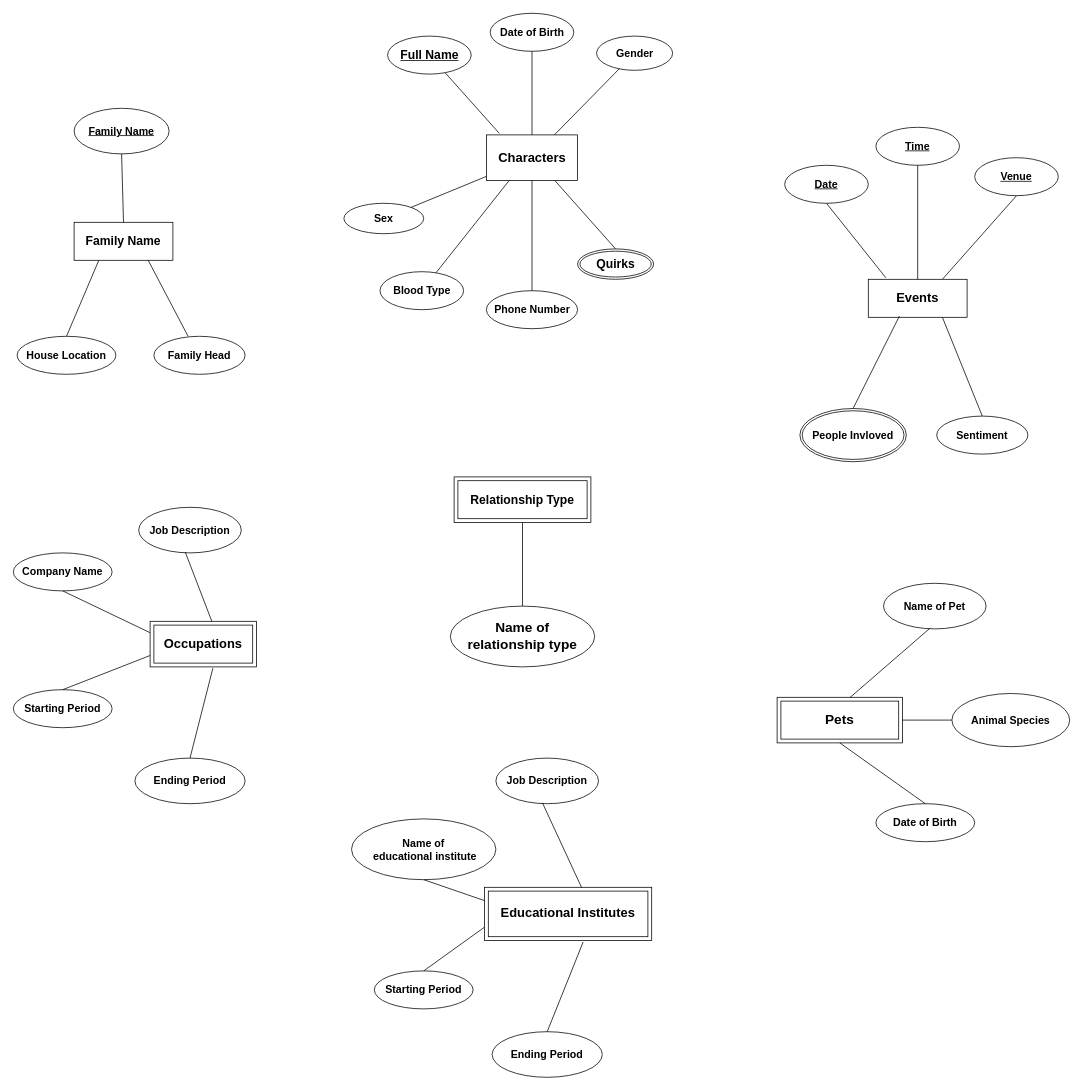
The draw.io diagram hw2.drawio in ashhh18/dna-hw2, before the edit. Source tidied: cells renumbered, new cells numbered last; positions are measured from the earlier drawing's top-left corner, leaving out a move shared by most shapes. Both pictures are drawn from the tidied source at 76%, with x=0, y=0 at pixel (13, 13).
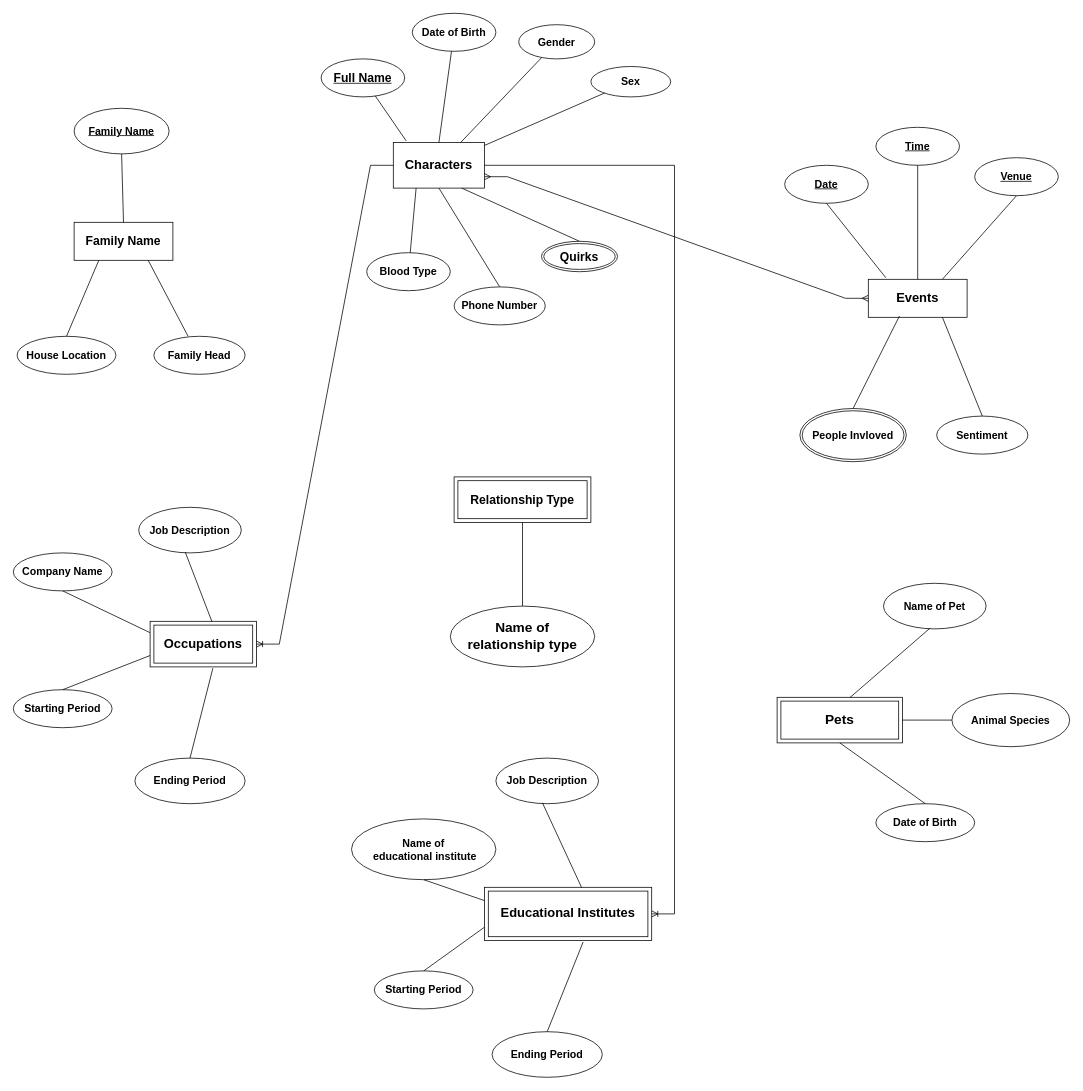
Above is the later version.

Unchanged cells that the change refers to:
```xml
<mxCell id="25" value="&lt;b&gt;&lt;font style=&quot;font-size: 17px;&quot;&gt;Occupations&lt;/font&gt;&lt;/b&gt;" style="shape=ext;margin=3;double=1;whiteSpace=wrap;html=1;align=center;" parent="1" vertex="1">
  <mxGeometry x="180" y="800" width="140" height="60" as="geometry" />
</mxCell>
<mxCell id="34" value="&lt;b&gt;&lt;font style=&quot;font-size: 17px;&quot;&gt;Educational Institutes&lt;/font&gt;&lt;/b&gt;" style="shape=ext;margin=3;double=1;whiteSpace=wrap;html=1;align=center;" parent="1" vertex="1">
  <mxGeometry x="620" y="1150" width="220" height="70" as="geometry" />
</mxCell>
<mxCell id="43" value="&lt;b&gt;&lt;font style=&quot;font-size: 17px;&quot;&gt;Events&lt;/font&gt;&lt;/b&gt;" style="whiteSpace=wrap;html=1;align=center;" parent="1" vertex="1">
  <mxGeometry x="1125" y="350" width="130" height="50" as="geometry" />
</mxCell>
```

Diff of the diagram source:
```diff
@@
     <mxCell id="2" value="&lt;p style=&quot;line-height: 230%; font-size: 17px;&quot;&gt;&lt;b&gt;Characters&lt;/b&gt;&lt;/p&gt;" style="rounded=0;whiteSpace=wrap;html=1;" parent="1" vertex="1">
-      <mxGeometry x="622.5" y="160" width="120" height="60" as="geometry" />
+      <mxGeometry x="500" y="170" width="120" height="60" as="geometry" />
     </mxCell>
     <mxCell id="3" value="&lt;b&gt;&lt;font style=&quot;font-size: 16px;&quot;&gt;Full Name&lt;/font&gt;&lt;/b&gt;" style="ellipse;whiteSpace=wrap;html=1;align=center;fontStyle=4;" parent="1" vertex="1">
-      <mxGeometry x="492.5" y="30" width="110" height="50" as="geometry" />
+      <mxGeometry x="405" y="60" width="110" height="50" as="geometry" />
     </mxCell>
@@
     <mxCell id="6" value="&lt;b&gt;&lt;font style=&quot;font-size: 14px;&quot;&gt;Date of Birth&lt;/font&gt;&lt;/b&gt;" style="ellipse;whiteSpace=wrap;html=1;align=center;" parent="1" vertex="1">
-      <mxGeometry x="627.5" width="110" height="50" as="geometry" />
+      <mxGeometry x="525" width="110" height="50" as="geometry" />
     </mxCell>
     <mxCell id="7" value="&lt;b&gt;&lt;font style=&quot;font-size: 14px;&quot;&gt;Gender&lt;/font&gt;&lt;/b&gt;" style="ellipse;whiteSpace=wrap;html=1;align=center;" parent="1" vertex="1">
-      <mxGeometry x="767.5" y="30" width="100" height="45" as="geometry" />
+      <mxGeometry x="665" y="15" width="100" height="45" as="geometry" />
     </mxCell>
@@
     <mxCell id="10" value="&lt;b&gt;&lt;font style=&quot;font-size: 14px;&quot;&gt;Sex&lt;/font&gt;&lt;/b&gt;" style="ellipse;whiteSpace=wrap;html=1;align=center;" parent="1" vertex="1">
-      <mxGeometry x="435" y="250" width="105" height="40" as="geometry" />
+      <mxGeometry x="760" y="70" width="105" height="40" as="geometry" />
     </mxCell>
     <mxCell id="11" value="&lt;b&gt;&lt;font style=&quot;font-size: 14px;&quot;&gt;Blood Type&lt;/font&gt;&lt;/b&gt;" style="ellipse;whiteSpace=wrap;html=1;align=center;" parent="1" vertex="1">
-      <mxGeometry x="482.5" y="340" width="110" height="50" as="geometry" />
+      <mxGeometry x="465" y="315" width="110" height="50" as="geometry" />
     </mxCell>
     <mxCell id="12" value="&lt;b&gt;&lt;font style=&quot;font-size: 14px;&quot;&gt;Phone Number&lt;/font&gt;&lt;/b&gt;" style="ellipse;whiteSpace=wrap;html=1;align=center;" parent="1" vertex="1">
-      <mxGeometry x="622.5" y="365" width="120" height="50" as="geometry" />
+      <mxGeometry x="580" y="360" width="120" height="50" as="geometry" />
     </mxCell>
     <mxCell id="13" value="&lt;b&gt;&lt;font style=&quot;font-size: 16px;&quot;&gt;Quirks&lt;/font&gt;&lt;/b&gt;" style="ellipse;shape=doubleEllipse;margin=3;whiteSpace=wrap;html=1;align=center;" parent="1" vertex="1">
-      <mxGeometry x="742.5" y="310" width="100" height="40" as="geometry" />
+      <mxGeometry x="695" y="300" width="100" height="40" as="geometry" />
     </mxCell>
@@
+    <mxCell id="64" style="edgeStyle=entityRelationEdgeStyle;fontSize=12;html=1;endArrow=ERoneToMany;rounded=0;exitX=1;exitY=0.5;exitDx=0;exitDy=0;" parent="1" edge="1" source="2" target="34">
+      <mxGeometry relative="1" as="geometry">
+        <Array as="points">
+          <mxPoint x="725" y="470" />
+        </Array>
+      </mxGeometry>
+    </mxCell>
+    <mxCell id="65" style="edgeStyle=entityRelationEdgeStyle;fontSize=12;html=1;endArrow=ERoneToMany;rounded=0;entryX=1;entryY=0.5;entryDx=0;entryDy=0;" parent="1" edge="1" source="2" target="25">
+      <mxGeometry relative="1" as="geometry">
+        <Array as="points">
+          <mxPoint x="625" y="180" />
+          <mxPoint x="475" y="180" />
+          <mxPoint x="405" y="190" />
+          <mxPoint x="405" y="520" />
+          <mxPoint x="350" y="440" />
+          <mxPoint x="565" y="540" />
+          <mxPoint x="345" y="810" />
+        </Array>
+      </mxGeometry>
+    </mxCell>
+    <mxCell id="66" style="edgeStyle=entityRelationEdgeStyle;fontSize=12;html=1;endArrow=ERmany;startArrow=ERmany;rounded=0;entryX=0;entryY=0.5;entryDx=0;entryDy=0;exitX=1;exitY=0.75;exitDx=0;exitDy=0;" parent="1" edge="1" source="2" target="43">
+      <mxGeometry relative="1" as="geometry" />
+    </mxCell>
```
